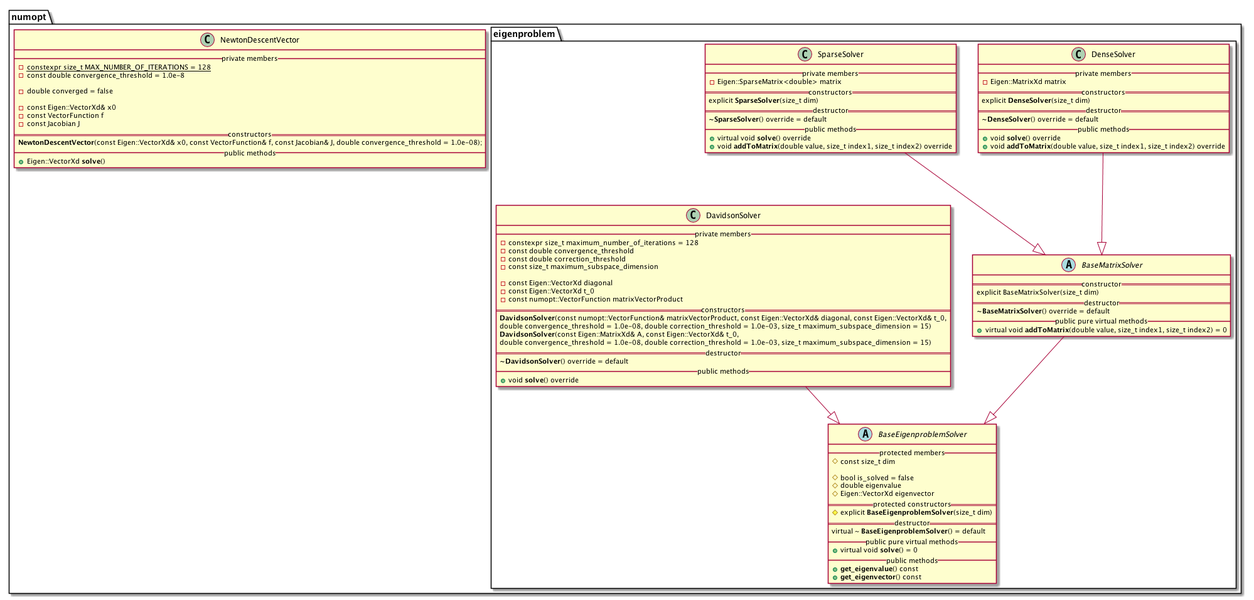
The PlantUML diagram docs/numopt_UML_diagram.png in matt-chan/numopt, before a commit.
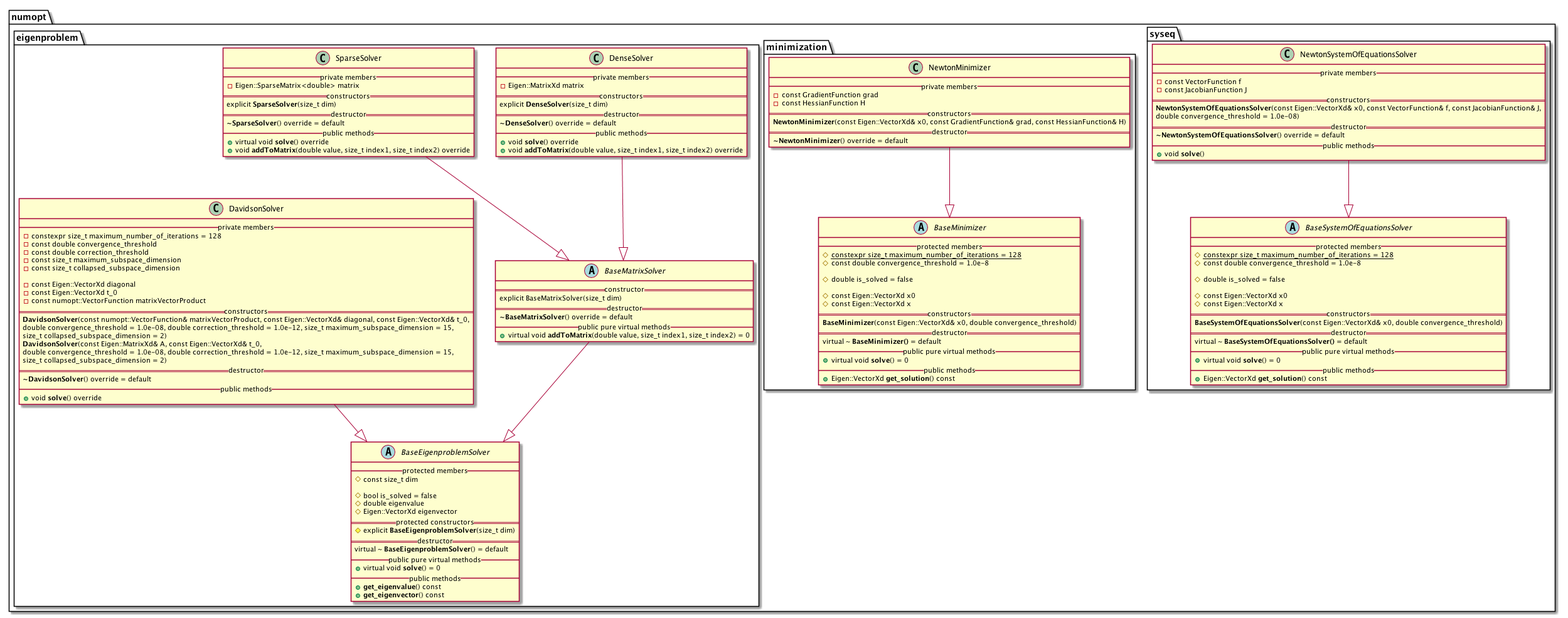
After the change.

Change to the diagram source:
```diff
@@ -2,23 +2,78 @@
 
 namespace numopt {
 
+    namespace syseq {
 
-    class NewtonDescentVector {
-        __ private members __
-            - {static} constexpr size_t MAX_NUMBER_OF_ITERATIONS = 128
-            - const double convergence_threshold = 1.0e-8
+        abstract class BaseSystemOfEquationsSolver {
+            __ protected members __
+                # constexpr {static} size_t maximum_number_of_iterations = 128
+                # const double convergence_threshold = 1.0e-8
 
-            - double converged = false
+                # double is_solved = false
 
-            - const Eigen::VectorXd& x0
-            - const VectorFunction f
-            - const Jacobian J
-        == constructors ==
-            **NewtonDescentVector**(const Eigen::VectorXd& x0, const VectorFunction& f, const Jacobian& J, double convergence_threshold = 1.0e-08);
-        __ public methods __
-            + Eigen::VectorXd **solve**()
+                # const Eigen::VectorXd x0
+                # const Eigen::VectorXd x
+            == constructors ==
+                **BaseSystemOfEquationsSolver**(const Eigen::VectorXd& x0, double convergence_threshold)
+            == destructor ==
+                virtual ~ **BaseSystemOfEquationsSolver()** = default
+            __ public pure virtual methods __
+                + virtual void **solve**() = 0
+            __ public methods __
+                + Eigen::VectorXd **get_solution**() const
+       }
+
+
+        NewtonSystemOfEquationsSolver --|> BaseSystemOfEquationsSolver
+        class NewtonSystemOfEquationsSolver {
+            __ private members __
+                - const VectorFunction f
+                - const JacobianFunction J
+            == constructors ==
+                **NewtonSystemOfEquationsSolver**(const Eigen::VectorXd& x0, const VectorFunction& f, const JacobianFunction& J,
+                double convergence_threshold = 1.0e-08)
+            == destructor ==
+                **~NewtonSystemOfEquationsSolver**() override = default
+            __ public methods __
+                + void **solve**()
+        }
+
     }
 
+
+    namespace minimization {
+
+        abstract class BaseMinimizer {
+            __ protected members __
+                # constexpr {static} size_t maximum_number_of_iterations = 128
+                # const double convergence_threshold = 1.0e-8
+
+                # double is_solved = false
+
+                # const Eigen::VectorXd x0
+                # const Eigen::VectorXd x
+            == constructors ==
+                **BaseMinimizer**(const Eigen::VectorXd& x0, double convergence_threshold)
+            == destructor ==
+                virtual ~ **BaseMinimizer()** = default
+            __ public pure virtual methods __
+                + virtual void **solve**() = 0
+            __ public methods __
+                + Eigen::VectorXd **get_solution**() const
+        }
+
+
+        NewtonMinimizer --|> BaseMinimizer
+        class NewtonMinimizer {
+            __ private members __
+                - const GradientFunction grad
+                - const HessianFunction H
+            == constructors ==
+                **NewtonMinimizer**(const Eigen::VectorXd& x0, const GradientFunction& grad, const HessianFunction& H)
+            == destructor ==
+                **~NewtonMinimizer**() override = default
+        }
+    }
 
 
     namespace eigenproblem {
@@ -88,15 +143,18 @@
                 - const double convergence_threshold
                 - const double correction_threshold
                 - const size_t maximum_subspace_dimension
+                - const size_t collapsed_subspace_dimension
 
                 - const Eigen::VectorXd diagonal
                 - const Eigen::VectorXd t_0
                 - const numopt::VectorFunction matrixVectorProduct
             == constructors ==
                 **DavidsonSolver**(const numopt::VectorFunction& matrixVectorProduct, const Eigen::VectorXd& diagonal, const Eigen::VectorXd& t_0,
-                double convergence_threshold = 1.0e-08, double correction_threshold = 1.0e-03, size_t maximum_subspace_dimension = 15)
+                double convergence_threshold = 1.0e-08, double correction_threshold = 1.0e-12, size_t maximum_subspace_dimension = 15,
+                size_t collapsed_subspace_dimension = 2)
                 **DavidsonSolver**(const Eigen::MatrixXd& A, const Eigen::VectorXd& t_0,
-                double convergence_threshold = 1.0e-08, double correction_threshold = 1.0e-03, size_t maximum_subspace_dimension = 15)
+                double convergence_threshold = 1.0e-08, double correction_threshold = 1.0e-12, size_t maximum_subspace_dimension = 15,
+                size_t collapsed_subspace_dimension = 2)
             == destructor ==
                  **~DavidsonSolver**() override = default
             __ public methods __
```
